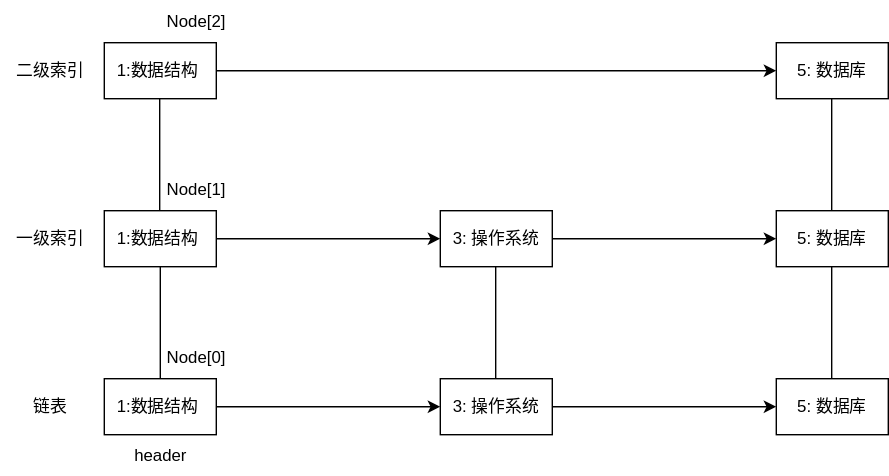
This is assets/img/redis/跳表-插入.svg from Wind134/Wind134.github.io, a draw.io export, as it was before one commit. Source tidied: cells renumbered, new cells last; positions are measured from the earlier drawing's top-left corner, leaving out a move shared by most shapes. The source it was exported from:
```xml
<mxGraphModel>
  <root>
    <mxCell id="0" />
    <mxCell id="1" parent="0" />
    <mxCell id="2" style="edgeStyle=orthogonalEdgeStyle;rounded=0;jettySize=auto;html=1;entryX=0;entryY=0.5;entryDx=0;entryDy=0;" parent="1" edge="1" source="3" target="5">
      <mxGeometry relative="1" as="geometry" />
    </mxCell>
    <mxCell id="3" value="1:数据结构&amp;nbsp;" style="rounded=0;whiteSpace=wrap;html=1;" parent="1" vertex="1">
      <mxGeometry x="74" y="270" width="80" height="40" as="geometry" />
    </mxCell>
    <mxCell id="4" style="edgeStyle=orthogonalEdgeStyle;rounded=0;jettySize=auto;html=1;entryX=0;entryY=0.5;entryDx=0;entryDy=0;" parent="1" edge="1" source="5" target="6">
      <mxGeometry relative="1" as="geometry" />
    </mxCell>
    <mxCell id="5" value="3: 操作系统" style="rounded=0;whiteSpace=wrap;html=1;" parent="1" vertex="1">
      <mxGeometry x="314" y="270" width="80" height="40" as="geometry" />
    </mxCell>
    <mxCell id="6" value="5: 数据库" style="rounded=0;whiteSpace=wrap;html=1;" parent="1" vertex="1">
      <mxGeometry x="554" y="270" width="80" height="40" as="geometry" />
    </mxCell>
    <mxCell id="7" style="edgeStyle=orthogonalEdgeStyle;rounded=0;jettySize=auto;html=1;" parent="1" edge="1" source="8">
      <mxGeometry relative="1" as="geometry">
        <mxPoint x="314" y="170" as="targetPoint" />
      </mxGeometry>
    </mxCell>
    <mxCell id="8" value="1:数据结构&amp;nbsp;" style="rounded=0;whiteSpace=wrap;html=1;" parent="1" vertex="1">
      <mxGeometry x="74" y="150" width="80" height="40" as="geometry" />
    </mxCell>
    <mxCell id="9" style="edgeStyle=orthogonalEdgeStyle;rounded=0;jettySize=auto;html=1;" parent="1" edge="1" source="10">
      <mxGeometry relative="1" as="geometry">
        <mxPoint x="554" y="170" as="targetPoint" />
      </mxGeometry>
    </mxCell>
    <mxCell id="10" value="3: 操作系统" style="rounded=0;whiteSpace=wrap;html=1;" parent="1" vertex="1">
      <mxGeometry x="314" y="150" width="80" height="40" as="geometry" />
    </mxCell>
    <mxCell id="11" value="5: 数据库" style="rounded=0;whiteSpace=wrap;html=1;" parent="1" vertex="1">
      <mxGeometry x="554" y="150" width="80" height="40" as="geometry" />
    </mxCell>
    <mxCell id="12" style="edgeStyle=orthogonalEdgeStyle;rounded=0;jettySize=auto;html=1;" parent="1" edge="1" source="13">
      <mxGeometry relative="1" as="geometry">
        <mxPoint x="554" y="50" as="targetPoint" />
      </mxGeometry>
    </mxCell>
    <mxCell id="13" value="1:数据结构&amp;nbsp;" style="rounded=0;whiteSpace=wrap;html=1;" parent="1" vertex="1">
      <mxGeometry x="74" y="30" width="80" height="40" as="geometry" />
    </mxCell>
    <mxCell id="14" value="5: 数据库" style="rounded=0;whiteSpace=wrap;html=1;" parent="1" vertex="1">
      <mxGeometry x="554" y="30" width="80" height="40" as="geometry" />
    </mxCell>
    <mxCell id="15" value="链表" style="text;html=1;align=center;verticalAlign=middle;strokeColor=none;fillColor=none;" parent="1" vertex="1">
      <mxGeometry x="10" y="275" width="50" height="30" as="geometry" />
    </mxCell>
    <mxCell id="16" value="一级索引" style="text;html=1;align=center;verticalAlign=middle;strokeColor=none;fillColor=none;" parent="1" vertex="1">
      <mxGeometry y="155" width="70" height="30" as="geometry" />
    </mxCell>
    <mxCell id="17" value="二级索引" style="text;html=1;align=center;verticalAlign=middle;strokeColor=none;fillColor=none;" parent="1" vertex="1">
      <mxGeometry y="35" width="70" height="30" as="geometry" />
    </mxCell>
    <mxCell id="18" style="endArrow=none;html=1;rounded=0;exitX=0.5;exitY=0;exitDx=0;exitDy=0;entryX=0.5;entryY=1;entryDx=0;entryDy=0;" parent="1" edge="1" source="3" target="8">
      <mxGeometry relative="1" as="geometry" />
    </mxCell>
    <mxCell id="19" style="endArrow=none;html=1;rounded=0;exitX=0.5;exitY=0;exitDx=0;exitDy=0;entryX=0.5;entryY=1;entryDx=0;entryDy=0;" parent="1" edge="1">
      <mxGeometry relative="1" as="geometry">
        <mxPoint x="113.6" y="150" as="sourcePoint" />
        <mxPoint x="113.6" y="70" as="targetPoint" />
      </mxGeometry>
    </mxCell>
    <mxCell id="20" style="endArrow=none;html=1;rounded=0;exitX=0.5;exitY=0;exitDx=0;exitDy=0;entryX=0.5;entryY=1;entryDx=0;entryDy=0;" parent="1" edge="1">
      <mxGeometry relative="1" as="geometry">
        <mxPoint x="353.6" y="270" as="sourcePoint" />
        <mxPoint x="353.6" y="190" as="targetPoint" />
      </mxGeometry>
    </mxCell>
    <mxCell id="21" style="endArrow=none;html=1;rounded=0;exitX=0.5;exitY=0;exitDx=0;exitDy=0;entryX=0.5;entryY=1;entryDx=0;entryDy=0;" parent="1" edge="1">
      <mxGeometry relative="1" as="geometry">
        <mxPoint x="593.6" y="270" as="sourcePoint" />
        <mxPoint x="593.6" y="190" as="targetPoint" />
      </mxGeometry>
    </mxCell>
    <mxCell id="22" style="endArrow=none;html=1;rounded=0;exitX=0.5;exitY=0;exitDx=0;exitDy=0;entryX=0.5;entryY=1;entryDx=0;entryDy=0;" parent="1" edge="1">
      <mxGeometry relative="1" as="geometry">
        <mxPoint x="593.6" y="150" as="sourcePoint" />
        <mxPoint x="593.6" y="70" as="targetPoint" />
      </mxGeometry>
    </mxCell>
    <mxCell id="23" value="Node[0]" style="text;html=1;strokeColor=none;fillColor=none;align=center;verticalAlign=middle;whiteSpace=wrap;rounded=0;" parent="1" vertex="1">
      <mxGeometry x="110" y="240" width="60" height="30" as="geometry" />
    </mxCell>
    <mxCell id="24" value="Node[1]" style="text;html=1;strokeColor=none;fillColor=none;align=center;verticalAlign=middle;whiteSpace=wrap;rounded=0;" parent="1" vertex="1">
      <mxGeometry x="110" y="120" width="60" height="30" as="geometry" />
    </mxCell>
    <mxCell id="25" value="Node[2]" style="text;html=1;strokeColor=none;fillColor=none;align=center;verticalAlign=middle;whiteSpace=wrap;rounded=0;" parent="1" vertex="1">
      <mxGeometry x="110" width="60" height="30" as="geometry" />
    </mxCell>
    <mxCell id="26" value="header" style="text;html=1;align=center;verticalAlign=middle;strokeColor=none;fillColor=none;" parent="1" vertex="1">
      <mxGeometry x="84" y="310" width="60" height="30" as="geometry" />
    </mxCell>
  </root>
</mxGraphModel>
```
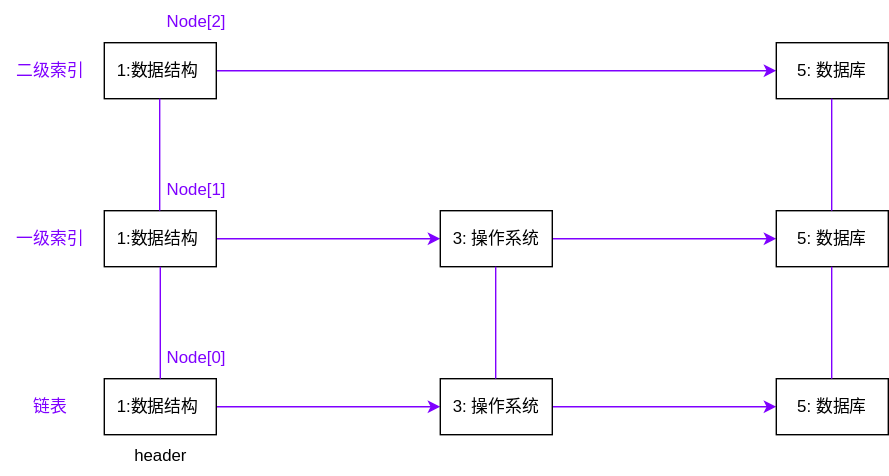
Later version of the same file.

What changed in the source:
```diff
@@ -2,13 +2,13 @@
   <root>
     <mxCell id="0" />
     <mxCell id="1" parent="0" />
-    <mxCell id="2" style="edgeStyle=orthogonalEdgeStyle;rounded=0;jettySize=auto;html=1;entryX=0;entryY=0.5;entryDx=0;entryDy=0;" parent="1" edge="1" source="3" target="5">
+    <mxCell id="2" style="edgeStyle=orthogonalEdgeStyle;rounded=0;jettySize=auto;html=1;entryX=0;entryY=0.5;entryDx=0;entryDy=0;strokeColor=#7F00FF;" parent="1" edge="1" source="3" target="5">
       <mxGeometry relative="1" as="geometry" />
     </mxCell>
     <mxCell id="3" value="1:数据结构&amp;nbsp;" style="rounded=0;whiteSpace=wrap;html=1;" parent="1" vertex="1">
       <mxGeometry x="74" y="270" width="80" height="40" as="geometry" />
     </mxCell>
-    <mxCell id="4" style="edgeStyle=orthogonalEdgeStyle;rounded=0;jettySize=auto;html=1;entryX=0;entryY=0.5;entryDx=0;entryDy=0;" parent="1" edge="1" source="5" target="6">
+    <mxCell id="4" style="edgeStyle=orthogonalEdgeStyle;rounded=0;jettySize=auto;html=1;entryX=0;entryY=0.5;entryDx=0;entryDy=0;strokeColor=#7F00FF;" parent="1" edge="1" source="5" target="6">
       <mxGeometry relative="1" as="geometry" />
     </mxCell>
     <mxCell id="5" value="3: 操作系统" style="rounded=0;whiteSpace=wrap;html=1;" parent="1" vertex="1">
@@ -17,7 +17,7 @@
     <mxCell id="6" value="5: 数据库" style="rounded=0;whiteSpace=wrap;html=1;" parent="1" vertex="1">
       <mxGeometry x="554" y="270" width="80" height="40" as="geometry" />
     </mxCell>
-    <mxCell id="7" style="edgeStyle=orthogonalEdgeStyle;rounded=0;jettySize=auto;html=1;" parent="1" edge="1" source="8">
+    <mxCell id="7" style="edgeStyle=orthogonalEdgeStyle;rounded=0;jettySize=auto;html=1;strokeColor=#7F00FF;" parent="1" edge="1" source="8">
       <mxGeometry relative="1" as="geometry">
         <mxPoint x="314" y="170" as="targetPoint" />
       </mxGeometry>
@@ -25,7 +25,7 @@
     <mxCell id="8" value="1:数据结构&amp;nbsp;" style="rounded=0;whiteSpace=wrap;html=1;" parent="1" vertex="1">
       <mxGeometry x="74" y="150" width="80" height="40" as="geometry" />
     </mxCell>
-    <mxCell id="9" style="edgeStyle=orthogonalEdgeStyle;rounded=0;jettySize=auto;html=1;" parent="1" edge="1" source="10">
+    <mxCell id="9" style="edgeStyle=orthogonalEdgeStyle;rounded=0;jettySize=auto;html=1;strokeColor=#7F00FF;" parent="1" edge="1" source="10">
       <mxGeometry relative="1" as="geometry">
         <mxPoint x="554" y="170" as="targetPoint" />
       </mxGeometry>
@@ -36,7 +36,7 @@
     <mxCell id="11" value="5: 数据库" style="rounded=0;whiteSpace=wrap;html=1;" parent="1" vertex="1">
       <mxGeometry x="554" y="150" width="80" height="40" as="geometry" />
     </mxCell>
-    <mxCell id="12" style="edgeStyle=orthogonalEdgeStyle;rounded=0;jettySize=auto;html=1;" parent="1" edge="1" source="13">
+    <mxCell id="12" style="edgeStyle=orthogonalEdgeStyle;rounded=0;jettySize=auto;html=1;strokeColor=#7F00FF;" parent="1" edge="1" source="13">
       <mxGeometry relative="1" as="geometry">
         <mxPoint x="554" y="50" as="targetPoint" />
       </mxGeometry>
@@ -47,49 +47,49 @@
     <mxCell id="14" value="5: 数据库" style="rounded=0;whiteSpace=wrap;html=1;" parent="1" vertex="1">
       <mxGeometry x="554" y="30" width="80" height="40" as="geometry" />
     </mxCell>
-    <mxCell id="15" value="链表" style="text;html=1;align=center;verticalAlign=middle;strokeColor=none;fillColor=none;" parent="1" vertex="1">
+    <mxCell id="15" value="&lt;font color=&quot;#7f00ff&quot;&gt;链表&lt;/font&gt;" style="text;html=1;align=center;verticalAlign=middle;strokeColor=none;fillColor=none;" parent="1" vertex="1">
       <mxGeometry x="10" y="275" width="50" height="30" as="geometry" />
     </mxCell>
-    <mxCell id="16" value="一级索引" style="text;html=1;align=center;verticalAlign=middle;strokeColor=none;fillColor=none;" parent="1" vertex="1">
+    <mxCell id="16" value="&lt;font color=&quot;#7f00ff&quot;&gt;一级索引&lt;/font&gt;" style="text;html=1;align=center;verticalAlign=middle;strokeColor=none;fillColor=none;" parent="1" vertex="1">
       <mxGeometry y="155" width="70" height="30" as="geometry" />
     </mxCell>
-    <mxCell id="17" value="二级索引" style="text;html=1;align=center;verticalAlign=middle;strokeColor=none;fillColor=none;" parent="1" vertex="1">
+    <mxCell id="17" value="&lt;font color=&quot;#7f00ff&quot;&gt;二级索引&lt;/font&gt;" style="text;html=1;align=center;verticalAlign=middle;strokeColor=none;fillColor=none;" parent="1" vertex="1">
       <mxGeometry y="35" width="70" height="30" as="geometry" />
     </mxCell>
-    <mxCell id="18" style="endArrow=none;html=1;rounded=0;exitX=0.5;exitY=0;exitDx=0;exitDy=0;entryX=0.5;entryY=1;entryDx=0;entryDy=0;" parent="1" edge="1" source="3" target="8">
+    <mxCell id="18" style="endArrow=none;html=1;rounded=0;exitX=0.5;exitY=0;exitDx=0;exitDy=0;entryX=0.5;entryY=1;entryDx=0;entryDy=0;strokeColor=#7F00FF;" parent="1" edge="1" source="3" target="8">
       <mxGeometry relative="1" as="geometry" />
     </mxCell>
-    <mxCell id="19" style="endArrow=none;html=1;rounded=0;exitX=0.5;exitY=0;exitDx=0;exitDy=0;entryX=0.5;entryY=1;entryDx=0;entryDy=0;" parent="1" edge="1">
+    <mxCell id="19" style="endArrow=none;html=1;rounded=0;exitX=0.5;exitY=0;exitDx=0;exitDy=0;entryX=0.5;entryY=1;entryDx=0;entryDy=0;strokeColor=#7F00FF;" parent="1" edge="1">
       <mxGeometry relative="1" as="geometry">
         <mxPoint x="113.6" y="150" as="sourcePoint" />
         <mxPoint x="113.6" y="70" as="targetPoint" />
       </mxGeometry>
     </mxCell>
-    <mxCell id="20" style="endArrow=none;html=1;rounded=0;exitX=0.5;exitY=0;exitDx=0;exitDy=0;entryX=0.5;entryY=1;entryDx=0;entryDy=0;" parent="1" edge="1">
+    <mxCell id="20" style="endArrow=none;html=1;rounded=0;exitX=0.5;exitY=0;exitDx=0;exitDy=0;entryX=0.5;entryY=1;entryDx=0;entryDy=0;strokeColor=#7F00FF;" parent="1" edge="1">
       <mxGeometry relative="1" as="geometry">
         <mxPoint x="353.6" y="270" as="sourcePoint" />
         <mxPoint x="353.6" y="190" as="targetPoint" />
       </mxGeometry>
     </mxCell>
-    <mxCell id="21" style="endArrow=none;html=1;rounded=0;exitX=0.5;exitY=0;exitDx=0;exitDy=0;entryX=0.5;entryY=1;entryDx=0;entryDy=0;" parent="1" edge="1">
+    <mxCell id="21" style="endArrow=none;html=1;rounded=0;exitX=0.5;exitY=0;exitDx=0;exitDy=0;entryX=0.5;entryY=1;entryDx=0;entryDy=0;strokeColor=#7F00FF;" parent="1" edge="1">
       <mxGeometry relative="1" as="geometry">
         <mxPoint x="593.6" y="270" as="sourcePoint" />
         <mxPoint x="593.6" y="190" as="targetPoint" />
       </mxGeometry>
     </mxCell>
-    <mxCell id="22" style="endArrow=none;html=1;rounded=0;exitX=0.5;exitY=0;exitDx=0;exitDy=0;entryX=0.5;entryY=1;entryDx=0;entryDy=0;" parent="1" edge="1">
+    <mxCell id="22" style="endArrow=none;html=1;rounded=0;exitX=0.5;exitY=0;exitDx=0;exitDy=0;entryX=0.5;entryY=1;entryDx=0;entryDy=0;strokeColor=#7F00FF;" parent="1" edge="1">
       <mxGeometry relative="1" as="geometry">
         <mxPoint x="593.6" y="150" as="sourcePoint" />
         <mxPoint x="593.6" y="70" as="targetPoint" />
       </mxGeometry>
     </mxCell>
-    <mxCell id="23" value="Node[0]" style="text;html=1;strokeColor=none;fillColor=none;align=center;verticalAlign=middle;whiteSpace=wrap;rounded=0;" parent="1" vertex="1">
+    <mxCell id="23" value="&lt;font color=&quot;#7f00ff&quot;&gt;Node[0]&lt;/font&gt;" style="text;html=1;strokeColor=none;fillColor=none;align=center;verticalAlign=middle;whiteSpace=wrap;rounded=0;" parent="1" vertex="1">
       <mxGeometry x="110" y="240" width="60" height="30" as="geometry" />
     </mxCell>
-    <mxCell id="24" value="Node[1]" style="text;html=1;strokeColor=none;fillColor=none;align=center;verticalAlign=middle;whiteSpace=wrap;rounded=0;" parent="1" vertex="1">
+    <mxCell id="24" value="&lt;font color=&quot;#7f00ff&quot;&gt;Node[1]&lt;/font&gt;" style="text;html=1;strokeColor=none;fillColor=none;align=center;verticalAlign=middle;whiteSpace=wrap;rounded=0;" parent="1" vertex="1">
       <mxGeometry x="110" y="120" width="60" height="30" as="geometry" />
     </mxCell>
-    <mxCell id="25" value="Node[2]" style="text;html=1;strokeColor=none;fillColor=none;align=center;verticalAlign=middle;whiteSpace=wrap;rounded=0;" parent="1" vertex="1">
+    <mxCell id="25" value="&lt;font color=&quot;#7f00ff&quot;&gt;Node[2]&lt;/font&gt;" style="text;html=1;strokeColor=none;fillColor=none;align=center;verticalAlign=middle;whiteSpace=wrap;rounded=0;" parent="1" vertex="1">
       <mxGeometry x="110" width="60" height="30" as="geometry" />
     </mxCell>
     <mxCell id="26" value="header" style="text;html=1;align=center;verticalAlign=middle;strokeColor=none;fillColor=none;" parent="1" vertex="1">
```
